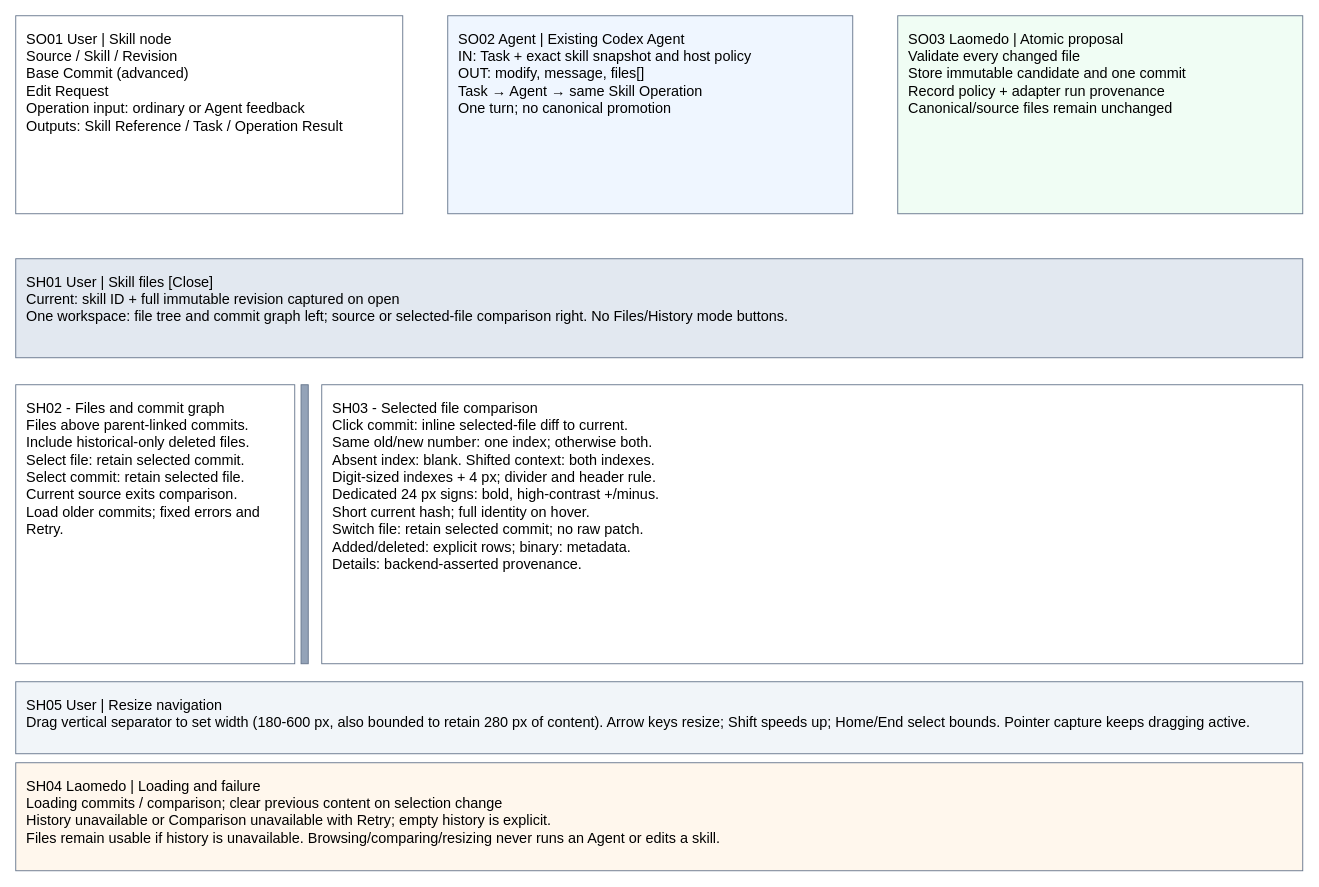
The draw.io diagram page "Skill operations and history" (2 of 2) of projects/laomedo/subsystems/skill-registry/design/skill-files.drawio in amadou-6e/specs, before the edit. Source tidied: cells renumbered, new cells numbered last; positions are measured from the earlier drawing's top-left corner, leaving out a move shared by most shapes. Both pictures are drawn from the tidied source at 90%, with x=0, y=0 at pixel (15, 15).
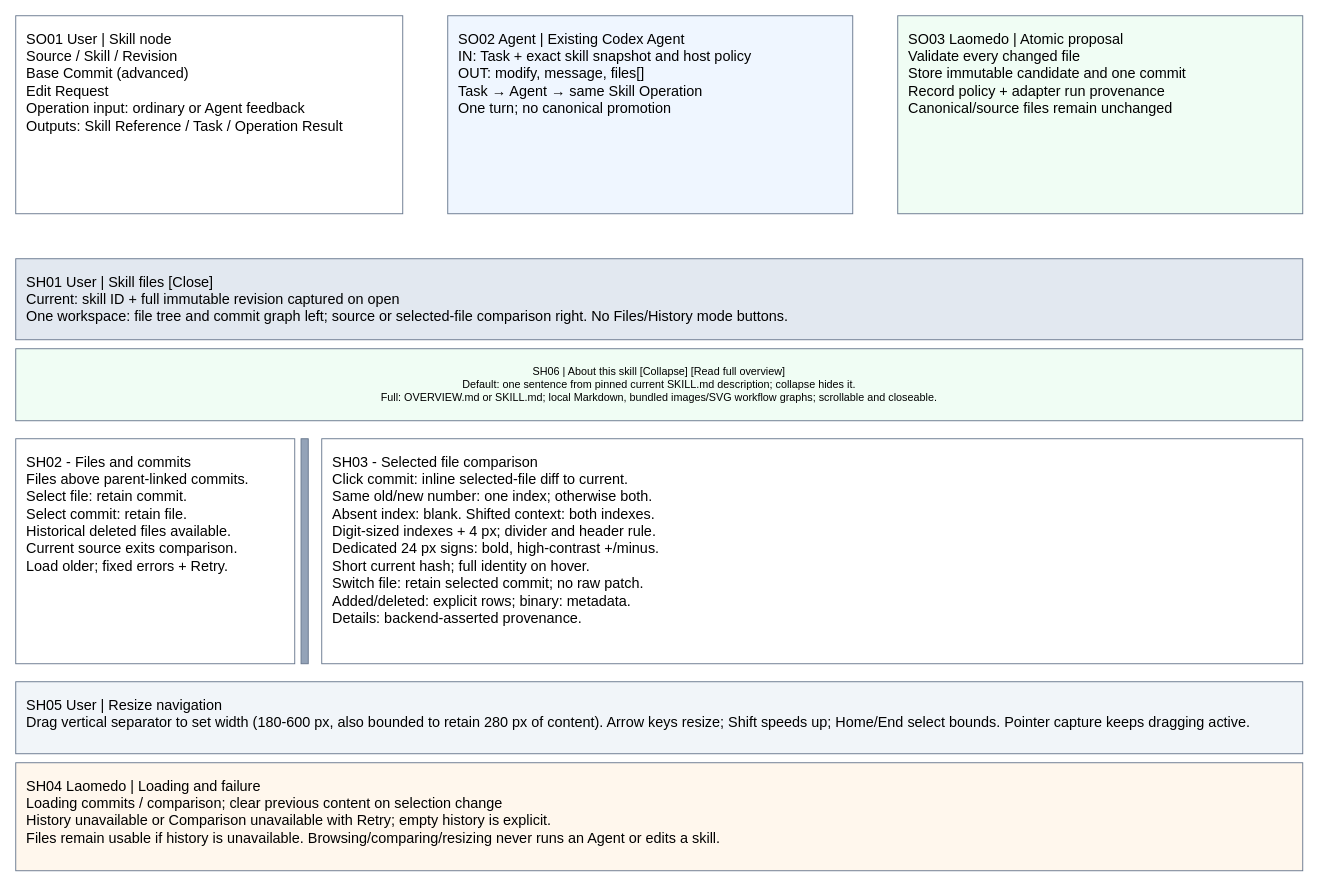
Above is the later version.

Commit message (it also covers changes not shown here):
Specify collapsible skill overview and revision-local media

What changed in the source:
```diff
@@
 <mxGraphModel>
   <root>
     <mxCell id="0" />
     <mxCell id="1" parent="0" />
     <mxCell id="2" value="SO01 User | Skill node&#10;Source / Skill / Revision&#10;Base Commit (advanced)&#10;Edit Request&#10;Operation input: ordinary or Agent feedback&#10;Outputs: Skill Reference / Task / Operation Result" style="rounded=0;whiteSpace=wrap;html=0;align=left;verticalAlign=top;spacing=12;fontFamily=Arial;fontSize=16;fillColor=#ffffff;strokeColor=#64748b;" parent="1" vertex="1">
       <mxGeometry width="430" height="220" as="geometry" />
     </mxCell>
     <mxCell id="3" value="SO02 Agent | Existing Codex Agent&#10;IN: Task + exact skill snapshot and host policy&#10;OUT: modify, message, files[]&#10;Task → Agent → same Skill Operation&#10;One turn; no canonical promotion" style="rounded=0;whiteSpace=wrap;html=0;align=left;verticalAlign=top;spacing=12;fontFamily=Arial;fontSize=16;fillColor=#eff6ff;strokeColor=#64748b;" parent="1" vertex="1">
       <mxGeometry x="480" width="450" height="220" as="geometry" />
     </mxCell>
     <mxCell id="4" value="SO03 Laomedo | Atomic proposal&#10;Validate every changed file&#10;Store immutable candidate and one commit&#10;Record policy + adapter run provenance&#10;Canonical/source files remain unchanged" style="rounded=0;whiteSpace=wrap;html=0;align=left;verticalAlign=top;spacing=12;fontFamily=Arial;fontSize=16;fillColor=#f0fdf4;strokeColor=#64748b;" parent="1" vertex="1">
       <mxGeometry x="980" width="450" height="220" as="geometry" />
     </mxCell>
     <mxCell id="5" value="SH01 User | Skill files                                      [Close]&#10;Current: skill ID + full immutable revision captured on open&#10;One workspace: file tree and commit graph left; source or selected-file comparison right. No Files/History mode buttons." style="rounded=0;whiteSpace=wrap;html=0;align=left;verticalAlign=top;spacing=12;fontFamily=Arial;fontSize=16;fillColor=#e2e8f0;strokeColor=#64748b;" parent="1" vertex="1">
-      <mxGeometry y="270" width="1430" height="110" as="geometry" />
+      <mxGeometry y="270" width="1430" height="90" as="geometry" />
     </mxCell>
-    <mxCell id="6" value="SH02 - Files and commit graph&#10;Files above parent-linked commits.&#10;Include historical-only deleted files.&#10;Select file: retain selected commit.&#10;Select commit: retain selected file.&#10;Current source exits comparison.&#10;Load older commits; fixed errors and Retry." style="rounded=0;whiteSpace=wrap;html=0;align=left;verticalAlign=top;spacing=12;fontFamily=Arial;fontSize=16;fillColor=#ffffff;strokeColor=#64748b;" parent="1" vertex="1">
-      <mxGeometry y="410" width="310" height="310" as="geometry" />
+    <mxCell id="6" value="SH02 - Files and commits&#10;Files above parent-linked commits.&#10;Select file: retain commit.&#10;Select commit: retain file.&#10;Historical deleted files available.&#10;Current source exits comparison.&#10;Load older; fixed errors + Retry." style="rounded=0;whiteSpace=wrap;html=0;align=left;verticalAlign=top;spacing=12;fontFamily=Arial;fontSize=16;fillColor=#ffffff;strokeColor=#64748b;" parent="1" vertex="1">
+      <mxGeometry y="470" width="310" height="250" as="geometry" />
     </mxCell>
     <mxCell id="7" value="SH03 - Selected file comparison&#10;Click commit: inline selected-file diff to current.&#10;Same old/new number: one index; otherwise both.&#10;Absent index: blank. Shifted context: both indexes.&#10;Digit-sized indexes + 4 px; divider and header rule.&#10;Dedicated 24 px signs: bold, high-contrast +/minus.&#10;Short current hash; full identity on hover.&#10;Switch file: retain selected commit; no raw patch.&#10;Added/deleted: explicit rows; binary: metadata.&#10;Details: backend-asserted provenance." style="rounded=0;whiteSpace=wrap;html=0;align=left;verticalAlign=top;spacing=12;fontFamily=Arial;fontSize=16;fillColor=#ffffff;strokeColor=#64748b;" parent="1" vertex="1">
-      <mxGeometry x="340" y="410" width="1090" height="310" as="geometry" />
+      <mxGeometry x="340" y="470" width="1090" height="250" as="geometry" />
     </mxCell>
     <mxCell id="8" value="SH04 Laomedo | Loading and failure&#10;Loading commits / comparison; clear previous content on selection change&#10;History unavailable or Comparison unavailable with Retry; empty history is explicit.&#10;Files remain usable if history is unavailable. Browsing/comparing/resizing never runs an Agent or edits a skill." style="rounded=0;whiteSpace=wrap;html=0;align=left;verticalAlign=top;spacing=12;fontFamily=Arial;fontSize=16;fillColor=#fff7ed;strokeColor=#64748b;" parent="1" vertex="1">
       <mxGeometry y="830" width="1430" height="120" as="geometry" />
     </mxCell>
     <mxCell id="9" style="rounded=0;whiteSpace=wrap;html=0;align=left;verticalAlign=top;spacing=12;fontFamily=Arial;fontSize=16;fillColor=#94a3b8;strokeColor=#64748b;" parent="1" vertex="1">
-      <mxGeometry x="317" y="410" width="8" height="310" as="geometry" />
+      <mxGeometry x="317" y="470" width="8" height="250" as="geometry" />
     </mxCell>
     <mxCell id="10" value="SH05 User | Resize navigation&#10;Drag vertical separator to set width (180-600 px, also bounded to retain 280 px of content). Arrow keys resize; Shift speeds up; Home/End select bounds. Pointer capture keeps dragging active." style="rounded=0;whiteSpace=wrap;html=0;align=left;verticalAlign=top;spacing=12;fontFamily=Arial;fontSize=16;fillColor=#f1f5f9;strokeColor=#64748b;" parent="1" vertex="1">
       <mxGeometry y="740" width="1430" height="80" as="geometry" />
     </mxCell>
+    <mxCell id="11" value="SH06 | About this skill [Collapse] [Read full overview]&#10;Default: one sentence from pinned current SKILL.md description; collapse hides it.&#10;Full: OVERVIEW.md or SKILL.md; local Markdown, bundled images/SVG workflow graphs; scrollable and closeable." style="rounded=0;whiteSpace=wrap;html=0;fillColor=#f0fdf4;strokeColor=#64748b;" parent="1" vertex="1">
+      <mxGeometry y="370" width="1430" height="80" as="geometry" />
+    </mxCell>
   </root>
 </mxGraphModel>
```
